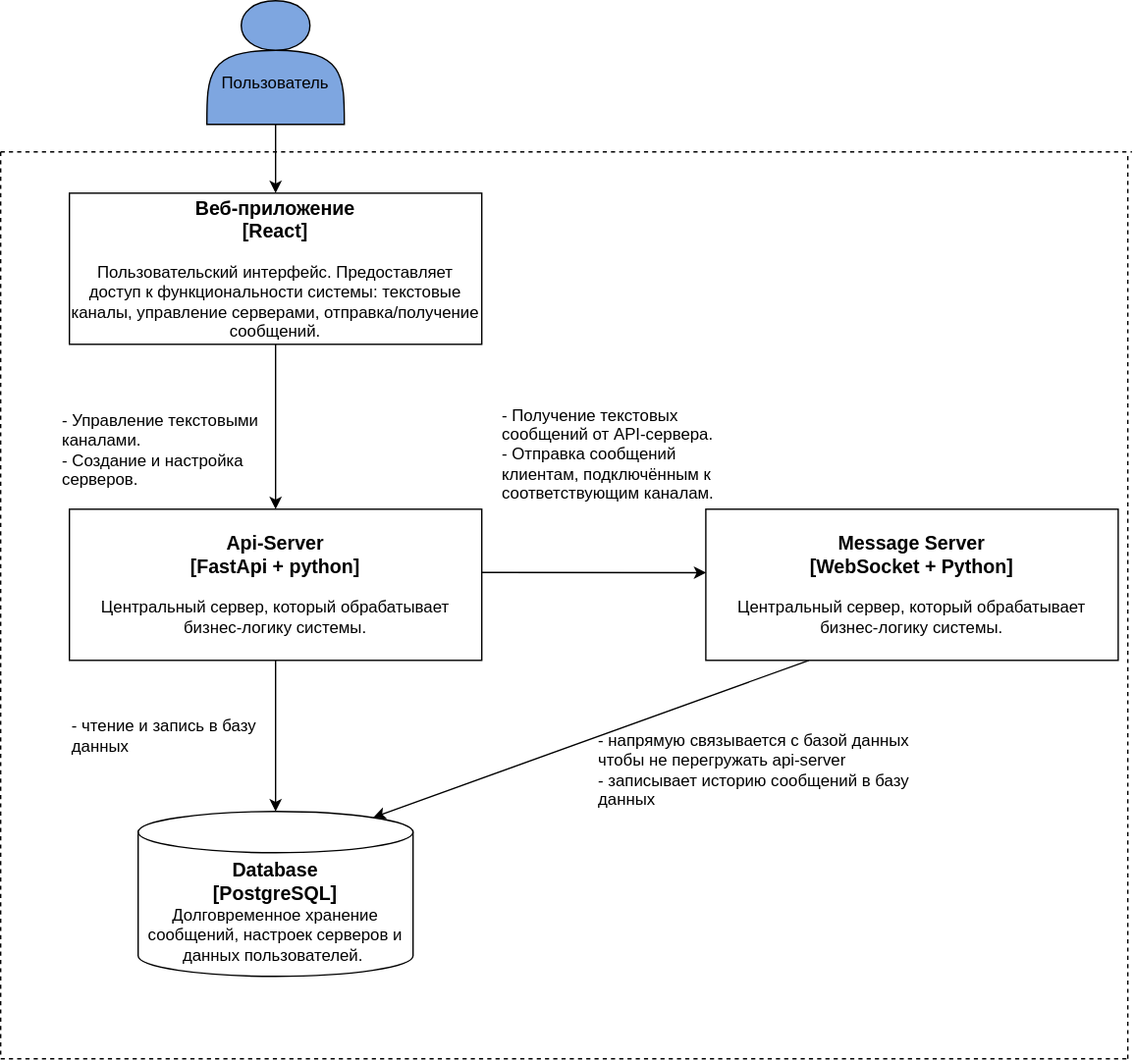
Above: Lab Work №2/CD.svg in GIFONOT/VKR_4kurs (draw.io), before the change. Source tidied: cells renumbered, new cells last; positions are measured from the earlier drawing's top-left corner, leaving out a move shared by most shapes. Source of this version:
```xml
<mxGraphModel>
  <root>
    <mxCell id="0" />
    <mxCell id="1" parent="0" />
    <mxCell id="2" value="&lt;div&gt;&lt;br&gt;&lt;/div&gt;&lt;div&gt;&lt;br&gt;&lt;/div&gt;Пользователь" style="shape=actor;whiteSpace=wrap;html=1;strokeColor=default;fillColor=#7EA6E0;" parent="1" vertex="1">
      <mxGeometry x="150" width="100" height="90" as="geometry" />
    </mxCell>
    <mxCell id="3" value="&lt;b&gt;&lt;font style=&quot;font-size: 14px;&quot;&gt;Веб-приложение&lt;/font&gt;&lt;/b&gt;&lt;div&gt;&lt;b&gt;&lt;font style=&quot;font-size: 14px;&quot;&gt;[React]&lt;br&gt;&lt;/font&gt;&lt;/b&gt;&lt;br&gt;Пользовательский интерфейс. Предоставляет доступ к функциональности системы: текстовые каналы, управление серверами, отправка/получение сообщений.&lt;/div&gt;" style="rounded=0;whiteSpace=wrap;html=1;" parent="1" vertex="1">
      <mxGeometry x="50" y="140" width="300" height="110" as="geometry" />
    </mxCell>
    <mxCell id="4" value="&lt;b&gt;&lt;font style=&quot;font-size: 14px;&quot;&gt;Api-&lt;/font&gt;&lt;/b&gt;&lt;b style=&quot;font-size: 14px;&quot;&gt;Server&lt;/b&gt;&lt;div&gt;&lt;b&gt;&lt;font style=&quot;font-size: 14px;&quot;&gt;[FastApi + python]&lt;br&gt;&lt;/font&gt;&lt;/b&gt;&lt;br&gt;Центральный сервер, который обрабатывает бизнес-логику системы.&lt;/div&gt;" style="rounded=0;whiteSpace=wrap;html=1;" parent="1" vertex="1">
      <mxGeometry x="50" y="370" width="300" height="110" as="geometry" />
    </mxCell>
    <mxCell id="5" value="&lt;font style=&quot;&quot;&gt;&lt;span style=&quot;font-size: 14px;&quot;&gt;&lt;b&gt;Database&lt;/b&gt;&lt;/span&gt;&lt;br&gt;&lt;span style=&quot;font-size: 14px;&quot;&gt;&lt;b&gt;[PostgreSQL]&lt;/b&gt;&lt;/span&gt;&lt;/font&gt;&lt;div&gt;Долговременное хранение сообщений, настроек серверов и данных пользователей.&amp;nbsp;&lt;/div&gt;" style="shape=cylinder3;whiteSpace=wrap;html=1;boundedLbl=1;backgroundOutline=1;size=15;" parent="1" vertex="1">
      <mxGeometry x="100" y="590" width="200" height="120" as="geometry" />
    </mxCell>
    <mxCell id="6" value="&lt;span style=&quot;font-size: 14px;&quot;&gt;&lt;b&gt;Message Server&lt;/b&gt;&lt;/span&gt;&lt;br&gt;&lt;div&gt;&lt;font style=&quot;&quot;&gt;&lt;span style=&quot;font-size: 14px;&quot;&gt;&lt;b&gt;[WebSocket + Python]&lt;/b&gt;&lt;/span&gt;&lt;br&gt;&lt;/font&gt;&lt;br&gt;Центральный сервер, который обрабатывает бизнес-логику системы.&lt;/div&gt;" style="rounded=0;whiteSpace=wrap;html=1;" parent="1" vertex="1">
      <mxGeometry x="513" y="370" width="300" height="110" as="geometry" />
    </mxCell>
    <mxCell id="7" style="endArrow=classic;html=1;rounded=0;entryX=0.5;entryY=0;entryDx=0;entryDy=0;" parent="1" edge="1" target="4">
      <mxGeometry relative="1" as="geometry">
        <mxPoint x="200" y="250" as="sourcePoint" />
      </mxGeometry>
    </mxCell>
    <mxCell id="8" style="endArrow=classic;html=1;rounded=0;entryX=0.5;entryY=0;entryDx=0;entryDy=0;" parent="1" edge="1" target="3">
      <mxGeometry relative="1" as="geometry">
        <mxPoint x="200" y="90" as="sourcePoint" />
      </mxGeometry>
    </mxCell>
    <mxCell id="9" style="endArrow=classic;html=1;rounded=0;entryX=0.001;entryY=0.42;entryDx=0;entryDy=0;entryPerimeter=0;" parent="1" edge="1" target="6">
      <mxGeometry relative="1" as="geometry">
        <mxPoint x="350" y="416" as="sourcePoint" />
      </mxGeometry>
    </mxCell>
    <mxCell id="10" style="endArrow=classic;html=1;rounded=0;entryX=0.5;entryY=0;entryDx=0;entryDy=0;entryPerimeter=0;exitX=0.5;exitY=1;exitDx=0;exitDy=0;" parent="1" edge="1" source="4" target="5">
      <mxGeometry relative="1" as="geometry" />
    </mxCell>
    <mxCell id="11" style="endArrow=classic;html=1;rounded=0;entryX=0.855;entryY=0;entryDx=0;entryDy=4.35;entryPerimeter=0;exitX=0.25;exitY=1;exitDx=0;exitDy=0;" parent="1" edge="1" source="6" target="5">
      <mxGeometry relative="1" as="geometry" />
    </mxCell>
    <mxCell id="12" style="endArrow=none;dashed=1;html=1;rounded=0;" parent="1" edge="1">
      <mxGeometry relative="1" as="geometry">
        <mxPoint y="110" as="sourcePoint" />
        <mxPoint x="823" y="110" as="targetPoint" />
      </mxGeometry>
    </mxCell>
    <mxCell id="13" style="endArrow=none;dashed=1;html=1;rounded=0;" parent="1" edge="1">
      <mxGeometry relative="1" as="geometry">
        <mxPoint y="110" as="sourcePoint" />
        <mxPoint y="770" as="targetPoint" />
      </mxGeometry>
    </mxCell>
    <mxCell id="14" style="endArrow=none;dashed=1;html=1;rounded=0;" parent="1" edge="1">
      <mxGeometry relative="1" as="geometry">
        <mxPoint y="770" as="sourcePoint" />
        <mxPoint x="820" y="770" as="targetPoint" />
      </mxGeometry>
    </mxCell>
    <mxCell id="15" style="endArrow=none;dashed=1;html=1;rounded=0;" parent="1" edge="1">
      <mxGeometry relative="1" as="geometry">
        <mxPoint x="820" y="770" as="sourcePoint" />
        <mxPoint x="820" y="110" as="targetPoint" />
      </mxGeometry>
    </mxCell>
    <mxCell id="16" value="&lt;div style=&quot;&quot;&gt;&lt;br&gt;&lt;/div&gt;&lt;div&gt;- Управление текстовыми каналами.&lt;/div&gt;&lt;div&gt;- Создание и настройка серверов.&lt;/div&gt;" style="text;html=1;align=left;verticalAlign=middle;whiteSpace=wrap;rounded=0;" parent="1" vertex="1">
      <mxGeometry x="43" y="280" width="150" height="80" as="geometry" />
    </mxCell>
    <mxCell id="17" value="&lt;div style=&quot;&quot;&gt;&lt;div&gt;- Получение текстовых сообщений от API-сервера.&lt;/div&gt;&lt;div&gt;- Отправка сообщений клиентам, подключённым к соответствующим каналам.&lt;/div&gt;&lt;/div&gt;" style="text;html=1;align=left;verticalAlign=middle;whiteSpace=wrap;rounded=0;" parent="1" vertex="1">
      <mxGeometry x="363" y="270" width="183" height="120" as="geometry" />
    </mxCell>
    <mxCell id="18" value="&lt;div style=&quot;&quot;&gt;&lt;div&gt;- напрямую связывается с базой данных чтобы не перегружать api-server&lt;/div&gt;&lt;div&gt;- записывает историю сообщений в базу данных&lt;/div&gt;&lt;/div&gt;" style="text;html=1;align=left;verticalAlign=middle;whiteSpace=wrap;rounded=0;" parent="1" vertex="1">
      <mxGeometry x="433" y="500" width="240" height="120" as="geometry" />
    </mxCell>
    <mxCell id="19" value="&lt;div style=&quot;&quot;&gt;&lt;div&gt;- чтение и запись в базу данных&lt;/div&gt;&lt;/div&gt;" style="text;html=1;align=left;verticalAlign=middle;whiteSpace=wrap;rounded=0;" parent="1" vertex="1">
      <mxGeometry x="50" y="490" width="170" height="90" as="geometry" />
    </mxCell>
  </root>
</mxGraphModel>
```
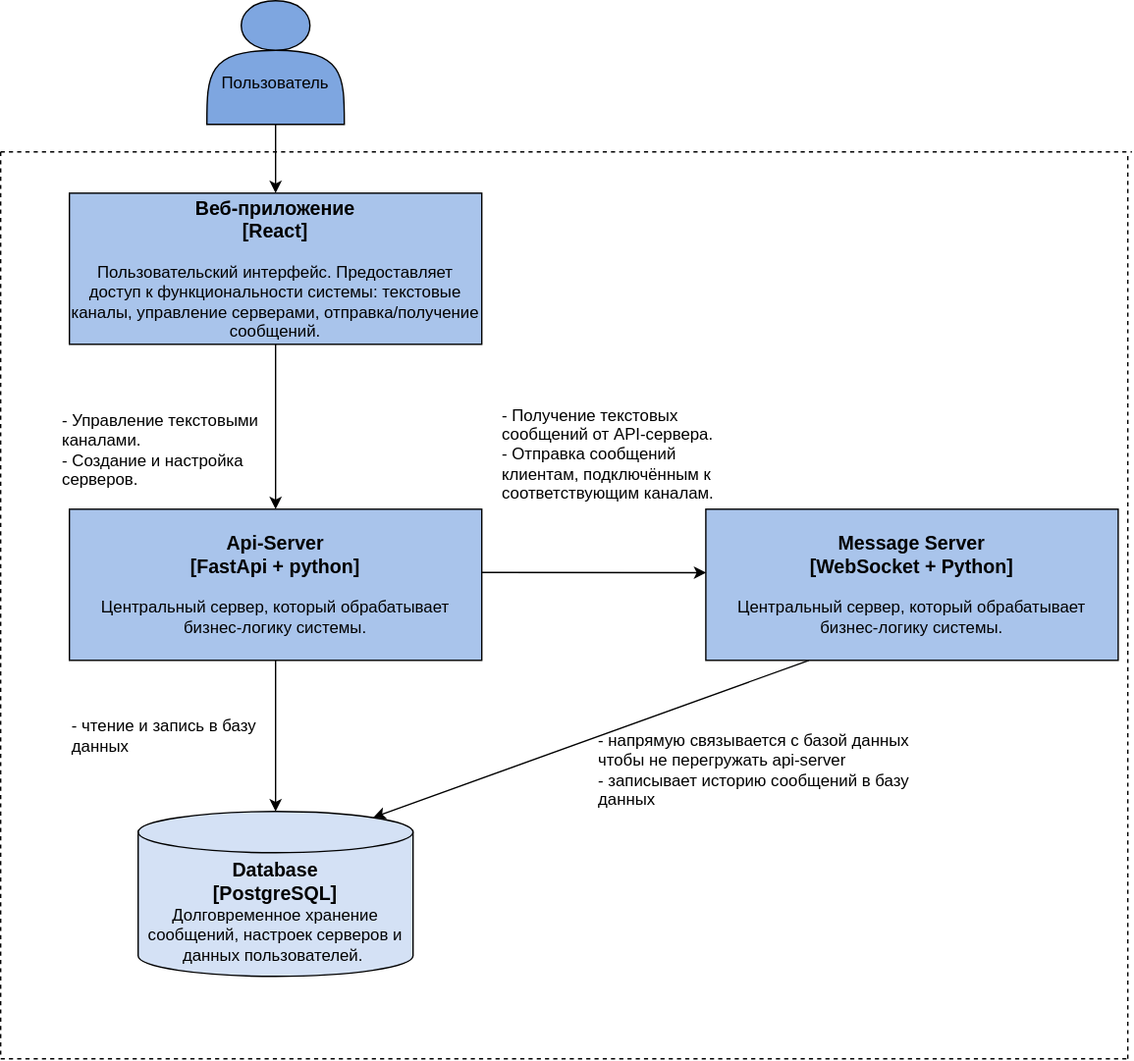
The same file after the commit.

Change to the diagram source:
```diff
@@ -5,16 +5,16 @@
     <mxCell id="2" value="&lt;div&gt;&lt;br&gt;&lt;/div&gt;&lt;div&gt;&lt;br&gt;&lt;/div&gt;Пользователь" style="shape=actor;whiteSpace=wrap;html=1;strokeColor=default;fillColor=#7EA6E0;" parent="1" vertex="1">
       <mxGeometry x="150" width="100" height="90" as="geometry" />
     </mxCell>
-    <mxCell id="3" value="&lt;b&gt;&lt;font style=&quot;font-size: 14px;&quot;&gt;Веб-приложение&lt;/font&gt;&lt;/b&gt;&lt;div&gt;&lt;b&gt;&lt;font style=&quot;font-size: 14px;&quot;&gt;[React]&lt;br&gt;&lt;/font&gt;&lt;/b&gt;&lt;br&gt;Пользовательский интерфейс. Предоставляет доступ к функциональности системы: текстовые каналы, управление серверами, отправка/получение сообщений.&lt;/div&gt;" style="rounded=0;whiteSpace=wrap;html=1;" parent="1" vertex="1">
+    <mxCell id="3" value="&lt;b&gt;&lt;font style=&quot;font-size: 14px;&quot;&gt;Веб-приложение&lt;/font&gt;&lt;/b&gt;&lt;div&gt;&lt;b&gt;&lt;font style=&quot;font-size: 14px;&quot;&gt;[React]&lt;br&gt;&lt;/font&gt;&lt;/b&gt;&lt;br&gt;Пользовательский интерфейс. Предоставляет доступ к функциональности системы: текстовые каналы, управление серверами, отправка/получение сообщений.&lt;/div&gt;" style="rounded=0;whiteSpace=wrap;html=1;fillColor=#A9C4EB;" parent="1" vertex="1">
       <mxGeometry x="50" y="140" width="300" height="110" as="geometry" />
     </mxCell>
-    <mxCell id="4" value="&lt;b&gt;&lt;font style=&quot;font-size: 14px;&quot;&gt;Api-&lt;/font&gt;&lt;/b&gt;&lt;b style=&quot;font-size: 14px;&quot;&gt;Server&lt;/b&gt;&lt;div&gt;&lt;b&gt;&lt;font style=&quot;font-size: 14px;&quot;&gt;[FastApi + python]&lt;br&gt;&lt;/font&gt;&lt;/b&gt;&lt;br&gt;Центральный сервер, который обрабатывает бизнес-логику системы.&lt;/div&gt;" style="rounded=0;whiteSpace=wrap;html=1;" parent="1" vertex="1">
+    <mxCell id="4" value="&lt;b&gt;&lt;font style=&quot;font-size: 14px;&quot;&gt;Api-&lt;/font&gt;&lt;/b&gt;&lt;b style=&quot;font-size: 14px;&quot;&gt;Server&lt;/b&gt;&lt;div&gt;&lt;b&gt;&lt;font style=&quot;font-size: 14px;&quot;&gt;[FastApi + python]&lt;br&gt;&lt;/font&gt;&lt;/b&gt;&lt;br&gt;Центральный сервер, который обрабатывает бизнес-логику системы.&lt;/div&gt;" style="rounded=0;whiteSpace=wrap;html=1;fillColor=#A9C4EB;" parent="1" vertex="1">
       <mxGeometry x="50" y="370" width="300" height="110" as="geometry" />
     </mxCell>
-    <mxCell id="5" value="&lt;font style=&quot;&quot;&gt;&lt;span style=&quot;font-size: 14px;&quot;&gt;&lt;b&gt;Database&lt;/b&gt;&lt;/span&gt;&lt;br&gt;&lt;span style=&quot;font-size: 14px;&quot;&gt;&lt;b&gt;[PostgreSQL]&lt;/b&gt;&lt;/span&gt;&lt;/font&gt;&lt;div&gt;Долговременное хранение сообщений, настроек серверов и данных пользователей.&amp;nbsp;&lt;/div&gt;" style="shape=cylinder3;whiteSpace=wrap;html=1;boundedLbl=1;backgroundOutline=1;size=15;" parent="1" vertex="1">
+    <mxCell id="5" value="&lt;font style=&quot;&quot;&gt;&lt;span style=&quot;font-size: 14px;&quot;&gt;&lt;b&gt;Database&lt;/b&gt;&lt;/span&gt;&lt;br&gt;&lt;span style=&quot;font-size: 14px;&quot;&gt;&lt;b&gt;[PostgreSQL]&lt;/b&gt;&lt;/span&gt;&lt;/font&gt;&lt;div&gt;Долговременное хранение сообщений, настроек серверов и данных пользователей.&amp;nbsp;&lt;/div&gt;" style="shape=cylinder3;whiteSpace=wrap;html=1;boundedLbl=1;backgroundOutline=1;size=15;fillColor=#D4E1F5;" parent="1" vertex="1">
       <mxGeometry x="100" y="590" width="200" height="120" as="geometry" />
     </mxCell>
-    <mxCell id="6" value="&lt;span style=&quot;font-size: 14px;&quot;&gt;&lt;b&gt;Message Server&lt;/b&gt;&lt;/span&gt;&lt;br&gt;&lt;div&gt;&lt;font style=&quot;&quot;&gt;&lt;span style=&quot;font-size: 14px;&quot;&gt;&lt;b&gt;[WebSocket + Python]&lt;/b&gt;&lt;/span&gt;&lt;br&gt;&lt;/font&gt;&lt;br&gt;Центральный сервер, который обрабатывает бизнес-логику системы.&lt;/div&gt;" style="rounded=0;whiteSpace=wrap;html=1;" parent="1" vertex="1">
+    <mxCell id="6" value="&lt;span style=&quot;font-size: 14px;&quot;&gt;&lt;b&gt;Message Server&lt;/b&gt;&lt;/span&gt;&lt;br&gt;&lt;div&gt;&lt;font style=&quot;&quot;&gt;&lt;span style=&quot;font-size: 14px;&quot;&gt;&lt;b&gt;[WebSocket + Python]&lt;/b&gt;&lt;/span&gt;&lt;br&gt;&lt;/font&gt;&lt;br&gt;Центральный сервер, который обрабатывает бизнес-логику системы.&lt;/div&gt;" style="rounded=0;whiteSpace=wrap;html=1;fillColor=#A9C4EB;" parent="1" vertex="1">
       <mxGeometry x="513" y="370" width="300" height="110" as="geometry" />
     </mxCell>
     <mxCell id="7" style="endArrow=classic;html=1;rounded=0;entryX=0.5;entryY=0;entryDx=0;entryDy=0;" parent="1" edge="1" target="4">
```
